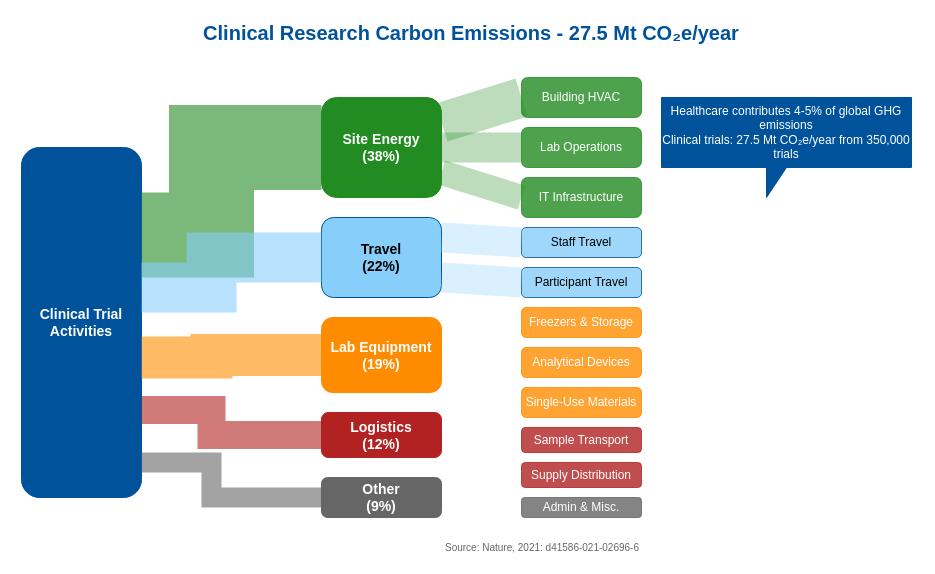
This is diagrams/research_emissions_sankey.drawio from Logic06183/Task_presentation, a draw.io file, before an edit. Source tidied: cells renumbered, new cells numbered last; positions are measured from the earlier drawing's top-left corner, leaving out a move shared by most shapes. Both pictures are drawn from the tidied source at 100%, with x=0, y=0 at pixel (21, 17).
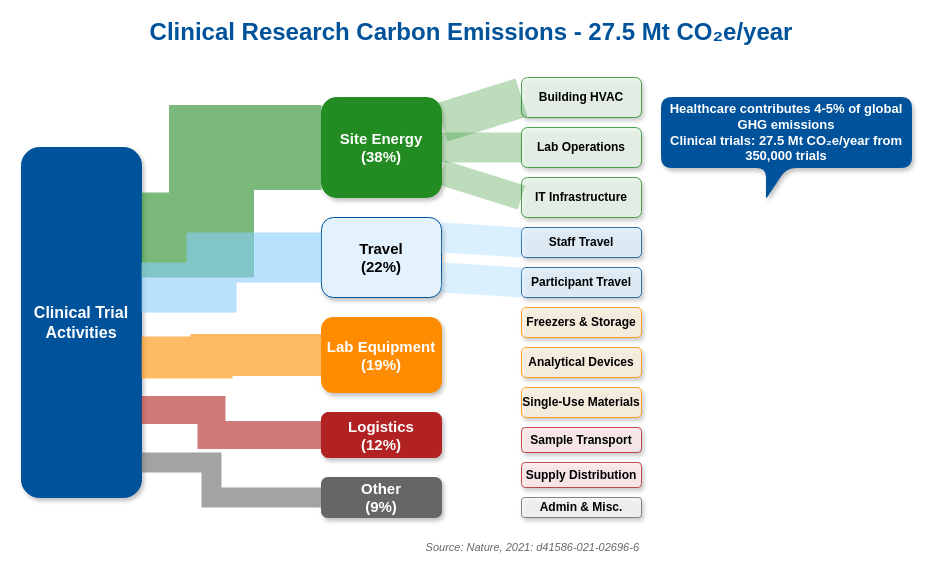
The same diagram, later.

What changed in the source:
```diff
@@
-    <mxCell id="2" value="&lt;font style=&quot;font-size: 20px;&quot;&gt;&lt;b&gt;Clinical Research Carbon Emissions - 27.5 Mt CO₂e/year&lt;/b&gt;&lt;/font&gt;" style="text;html=1;strokeColor=none;fillColor=none;align=center;verticalAlign=middle;whiteSpace=wrap;rounded=0;fontColor=#00539B;" parent="1" vertex="1">
+    <mxCell id="2" value="&lt;font style=&quot;font-size: 24px;&quot; face=&quot;Arial&quot;&gt;&lt;b&gt;Clinical Research Carbon Emissions - 27.5 Mt CO₂e/year&lt;/b&gt;&lt;/font&gt;" style="text;html=1;strokeColor=none;fillColor=none;align=center;verticalAlign=middle;whiteSpace=wrap;rounded=0;fontColor=#00539B;shadow=0;" parent="1" vertex="1">
       <mxGeometry x="120" width="660" height="30" as="geometry" />
     </mxCell>
-    <mxCell id="3" value="&lt;font style=&quot;font-size: 14px;&quot;&gt;&lt;b&gt;Clinical Trial&lt;br&gt;Activities&lt;/b&gt;&lt;/font&gt;" style="rounded=1;whiteSpace=wrap;html=1;fillColor=#00539B;strokeColor=#00539B;fontColor=#FFFFFF;" parent="1" vertex="1">
+    <mxCell id="3" value="&lt;font style=&quot;font-size: 16px;&quot; face=&quot;Arial&quot;&gt;&lt;b&gt;Clinical Trial&lt;br&gt;Activities&lt;/b&gt;&lt;/font&gt;" style="rounded=1;whiteSpace=wrap;html=1;fillColor=#00539B;strokeColor=#00539B;fontColor=#FFFFFF;shadow=1;glass=0;" parent="1" vertex="1">
       <mxGeometry y="130" width="120" height="350" as="geometry" />
     </mxCell>
-    <mxCell id="4" value="&lt;font style=&quot;font-size: 14px;&quot;&gt;&lt;b&gt;Site Energy&lt;br&gt;(38%)&lt;/b&gt;&lt;/font&gt;" style="rounded=1;whiteSpace=wrap;html=1;fillColor=#228B22;strokeColor=#228B22;fontColor=#FFFFFF;" parent="1" vertex="1">
+    <mxCell id="4" value="&lt;font style=&quot;font-size: 15px;&quot; face=&quot;Arial&quot;&gt;&lt;b&gt;Site Energy&lt;br&gt;(38%)&lt;/b&gt;&lt;/font&gt;" style="rounded=1;whiteSpace=wrap;html=1;fillColor=#228B22;strokeColor=#228B22;fontColor=#FFFFFF;shadow=1;" parent="1" vertex="1">
       <mxGeometry x="300" y="80" width="120" height="100" as="geometry" />
     </mxCell>
-    <mxCell id="5" value="&lt;font style=&quot;font-size: 14px;&quot;&gt;&lt;b&gt;Travel&lt;br&gt;(22%)&lt;/b&gt;&lt;/font&gt;" style="rounded=1;whiteSpace=wrap;html=1;fillColor=#87CEFA;strokeColor=#00539B;fontColor=#000000;" parent="1" vertex="1">
+    <mxCell id="5" value="&lt;font style=&quot;font-size: 15px;&quot; face=&quot;Arial&quot;&gt;&lt;b&gt;Travel&lt;br&gt;(22%)&lt;/b&gt;&lt;/font&gt;" style="rounded=1;whiteSpace=wrap;html=1;fillColor=#E3F2FD;strokeColor=#00539B;fontColor=#000000;shadow=1;" parent="1" vertex="1">
       <mxGeometry x="300" y="200" width="120" height="80" as="geometry" />
     </mxCell>
-    <mxCell id="6" value="&lt;font style=&quot;font-size: 14px;&quot;&gt;&lt;b&gt;Lab Equipment&lt;br&gt;(19%)&lt;/b&gt;&lt;/font&gt;" style="rounded=1;whiteSpace=wrap;html=1;fillColor=#FF8C00;strokeColor=#FF8C00;fontColor=#FFFFFF;" parent="1" vertex="1">
+    <mxCell id="6" value="&lt;font style=&quot;font-size: 15px;&quot; face=&quot;Arial&quot;&gt;&lt;b&gt;Lab Equipment&lt;br&gt;(19%)&lt;/b&gt;&lt;/font&gt;" style="rounded=1;whiteSpace=wrap;html=1;fillColor=#FF8C00;strokeColor=#FF8C00;fontColor=#FFFFFF;shadow=1;" parent="1" vertex="1">
       <mxGeometry x="300" y="300" width="120" height="75" as="geometry" />
     </mxCell>
-    <mxCell id="7" value="&lt;font style=&quot;font-size: 14px;&quot;&gt;&lt;b&gt;Logistics&lt;br&gt;(12%)&lt;/b&gt;&lt;/font&gt;" style="rounded=1;whiteSpace=wrap;html=1;fillColor=#B22222;strokeColor=#B22222;fontColor=#FFFFFF;" parent="1" vertex="1">
+    <mxCell id="7" value="&lt;font style=&quot;font-size: 15px;&quot; face=&quot;Arial&quot;&gt;&lt;b&gt;Logistics&lt;br&gt;(12%)&lt;/b&gt;&lt;/font&gt;" style="rounded=1;whiteSpace=wrap;html=1;fillColor=#B22222;strokeColor=#B22222;fontColor=#FFFFFF;shadow=1;" parent="1" vertex="1">
       <mxGeometry x="300" y="395" width="120" height="45" as="geometry" />
     </mxCell>
-    <mxCell id="8" value="&lt;font style=&quot;font-size: 14px;&quot;&gt;&lt;b&gt;Other&lt;br&gt;(9%)&lt;/b&gt;&lt;/font&gt;" style="rounded=1;whiteSpace=wrap;html=1;fillColor=#666666;strokeColor=#666666;fontColor=#FFFFFF;" parent="1" vertex="1">
+    <mxCell id="8" value="&lt;font style=&quot;font-size: 15px;&quot; face=&quot;Arial&quot;&gt;&lt;b&gt;Other&lt;br&gt;(9%)&lt;/b&gt;&lt;/font&gt;" style="rounded=1;whiteSpace=wrap;html=1;fillColor=#666666;strokeColor=#666666;fontColor=#FFFFFF;shadow=1;" parent="1" vertex="1">
       <mxGeometry x="300" y="460" width="120" height="40" as="geometry" />
     </mxCell>
@@
-    <mxCell id="14" value="&lt;font style=&quot;font-size: 12px;&quot;&gt;Building HVAC&lt;/font&gt;" style="rounded=1;whiteSpace=wrap;html=1;fillColor=#228B22;strokeColor=#228B22;fontColor=#FFFFFF;opacity=80;" parent="1" vertex="1">
+    <mxCell id="14" value="&lt;font style=&quot;font-size: 12px;&quot; face=&quot;Arial&quot;&gt;&lt;b&gt;Building HVAC&lt;/b&gt;&lt;/font&gt;" style="rounded=1;whiteSpace=wrap;html=1;fillColor=#E8F5E9;strokeColor=#228B22;fontColor=#000000;opacity=80;shadow=1;" parent="1" vertex="1">
       <mxGeometry x="500" y="60" width="120" height="40" as="geometry" />
     </mxCell>
-    <mxCell id="15" value="&lt;font style=&quot;font-size: 12px;&quot;&gt;Lab Operations&lt;/font&gt;" style="rounded=1;whiteSpace=wrap;html=1;fillColor=#228B22;strokeColor=#228B22;fontColor=#FFFFFF;opacity=80;" parent="1" vertex="1">
+    <mxCell id="15" value="&lt;font style=&quot;font-size: 12px;&quot; face=&quot;Arial&quot;&gt;&lt;b&gt;Lab Operations&lt;/b&gt;&lt;/font&gt;" style="rounded=1;whiteSpace=wrap;html=1;fillColor=#E8F5E9;strokeColor=#228B22;fontColor=#000000;opacity=80;shadow=1;" parent="1" vertex="1">
       <mxGeometry x="500" y="110" width="120" height="40" as="geometry" />
     </mxCell>
-    <mxCell id="16" value="&lt;font style=&quot;font-size: 12px;&quot;&gt;IT Infrastructure&lt;/font&gt;" style="rounded=1;whiteSpace=wrap;html=1;fillColor=#228B22;strokeColor=#228B22;fontColor=#FFFFFF;opacity=80;" parent="1" vertex="1">
+    <mxCell id="16" value="&lt;font style=&quot;font-size: 12px;&quot; face=&quot;Arial&quot;&gt;&lt;b&gt;IT Infrastructure&lt;/b&gt;&lt;/font&gt;" style="rounded=1;whiteSpace=wrap;html=1;fillColor=#E8F5E9;strokeColor=#228B22;fontColor=#000000;opacity=80;shadow=1;" parent="1" vertex="1">
       <mxGeometry x="500" y="160" width="120" height="40" as="geometry" />
     </mxCell>
-    <mxCell id="17" value="&lt;font style=&quot;font-size: 12px;&quot;&gt;Staff Travel&lt;/font&gt;" style="rounded=1;whiteSpace=wrap;html=1;fillColor=#87CEFA;strokeColor=#00539B;fontColor=#000000;opacity=80;" parent="1" vertex="1">
+    <mxCell id="17" value="&lt;font style=&quot;font-size: 12px;&quot; face=&quot;Arial&quot;&gt;&lt;b&gt;Staff Travel&lt;/b&gt;&lt;/font&gt;" style="rounded=1;whiteSpace=wrap;html=1;fillColor=#E3F2FD;strokeColor=#00539B;fontColor=#000000;opacity=80;shadow=1;" parent="1" vertex="1">
       <mxGeometry x="500" y="210" width="120" height="30" as="geometry" />
     </mxCell>
-    <mxCell id="18" value="&lt;font style=&quot;font-size: 12px;&quot;&gt;Participant Travel&lt;/font&gt;" style="rounded=1;whiteSpace=wrap;html=1;fillColor=#87CEFA;strokeColor=#00539B;fontColor=#000000;opacity=80;" parent="1" vertex="1">
+    <mxCell id="18" value="&lt;font style=&quot;font-size: 12px;&quot; face=&quot;Arial&quot;&gt;&lt;b&gt;Participant Travel&lt;/b&gt;&lt;/font&gt;" style="rounded=1;whiteSpace=wrap;html=1;fillColor=#E3F2FD;strokeColor=#00539B;fontColor=#000000;opacity=80;shadow=1;" parent="1" vertex="1">
       <mxGeometry x="500" y="250" width="120" height="30" as="geometry" />
     </mxCell>
-    <mxCell id="19" value="&lt;font style=&quot;font-size: 12px;&quot;&gt;Freezers &amp; Storage&lt;/font&gt;" style="rounded=1;whiteSpace=wrap;html=1;fillColor=#FF8C00;strokeColor=#FF8C00;fontColor=#FFFFFF;opacity=80;" parent="1" vertex="1">
+    <mxCell id="19" value="&lt;font style=&quot;font-size: 12px;&quot; face=&quot;Arial&quot;&gt;&lt;b&gt;Freezers &amp; Storage&lt;/b&gt;&lt;/font&gt;" style="rounded=1;whiteSpace=wrap;html=1;fillColor=#FFF3E0;strokeColor=#FF8C00;fontColor=#000000;opacity=80;shadow=1;" parent="1" vertex="1">
       <mxGeometry x="500" y="290" width="120" height="30" as="geometry" />
     </mxCell>
-    <mxCell id="20" value="&lt;font style=&quot;font-size: 12px;&quot;&gt;Analytical Devices&lt;/font&gt;" style="rounded=1;whiteSpace=wrap;html=1;fillColor=#FF8C00;strokeColor=#FF8C00;fontColor=#FFFFFF;opacity=80;" parent="1" vertex="1">
+    <mxCell id="20" value="&lt;font style=&quot;font-size: 12px;&quot; face=&quot;Arial&quot;&gt;&lt;b&gt;Analytical Devices&lt;/b&gt;&lt;/font&gt;" style="rounded=1;whiteSpace=wrap;html=1;fillColor=#FFF3E0;strokeColor=#FF8C00;fontColor=#000000;opacity=80;shadow=1;" parent="1" vertex="1">
       <mxGeometry x="500" y="330" width="120" height="30" as="geometry" />
     </mxCell>
-    <mxCell id="21" value="&lt;font style=&quot;font-size: 12px;&quot;&gt;Single-Use Materials&lt;/font&gt;" style="rounded=1;whiteSpace=wrap;html=1;fillColor=#FF8C00;strokeColor=#FF8C00;fontColor=#FFFFFF;opacity=80;" parent="1" vertex="1">
+    <mxCell id="21" value="&lt;font style=&quot;font-size: 12px;&quot; face=&quot;Arial&quot;&gt;&lt;b&gt;Single-Use Materials&lt;/b&gt;&lt;/font&gt;" style="rounded=1;whiteSpace=wrap;html=1;fillColor=#FFF3E0;strokeColor=#FF8C00;fontColor=#000000;opacity=80;shadow=1;" parent="1" vertex="1">
       <mxGeometry x="500" y="370" width="120" height="30" as="geometry" />
     </mxCell>
-    <mxCell id="22" value="&lt;font style=&quot;font-size: 12px;&quot;&gt;Sample Transport&lt;/font&gt;" style="rounded=1;whiteSpace=wrap;html=1;fillColor=#B22222;strokeColor=#B22222;fontColor=#FFFFFF;opacity=80;" parent="1" vertex="1">
+    <mxCell id="22" value="&lt;font style=&quot;font-size: 12px;&quot; face=&quot;Arial&quot;&gt;&lt;b&gt;Sample Transport&lt;/b&gt;&lt;/font&gt;" style="rounded=1;whiteSpace=wrap;html=1;fillColor=#FFEBEE;strokeColor=#B22222;fontColor=#000000;opacity=80;shadow=1;" parent="1" vertex="1">
       <mxGeometry x="500" y="410" width="120" height="25" as="geometry" />
     </mxCell>
-    <mxCell id="23" value="&lt;font style=&quot;font-size: 12px;&quot;&gt;Supply Distribution&lt;/font&gt;" style="rounded=1;whiteSpace=wrap;html=1;fillColor=#B22222;strokeColor=#B22222;fontColor=#FFFFFF;opacity=80;" parent="1" vertex="1">
+    <mxCell id="23" value="&lt;font style=&quot;font-size: 12px;&quot; face=&quot;Arial&quot;&gt;&lt;b&gt;Supply Distribution&lt;/b&gt;&lt;/font&gt;" style="rounded=1;whiteSpace=wrap;html=1;fillColor=#FFEBEE;strokeColor=#B22222;fontColor=#000000;opacity=80;shadow=1;" parent="1" vertex="1">
       <mxGeometry x="500" y="445" width="120" height="25" as="geometry" />
     </mxCell>
-    <mxCell id="24" value="&lt;font style=&quot;font-size: 12px;&quot;&gt;Admin &amp; Misc.&lt;/font&gt;" style="rounded=1;whiteSpace=wrap;html=1;fillColor=#666666;strokeColor=#666666;fontColor=#FFFFFF;opacity=80;" parent="1" vertex="1">
+    <mxCell id="24" value="&lt;font style=&quot;font-size: 12px;&quot; face=&quot;Arial&quot;&gt;&lt;b&gt;Admin &amp; Misc.&lt;/b&gt;&lt;/font&gt;" style="rounded=1;whiteSpace=wrap;html=1;fillColor=#F5F5F5;strokeColor=#666666;fontColor=#000000;opacity=80;shadow=1;" parent="1" vertex="1">
       <mxGeometry x="500" y="480" width="120" height="20" as="geometry" />
     </mxCell>
@@
-    <mxCell id="30" value="Source: Nature, 2021: d41586-021-02696-6" style="text;html=1;strokeColor=none;fillColor=none;align=right;verticalAlign=middle;whiteSpace=wrap;rounded=0;fontColor=#666666;fontSize=10;" parent="1" vertex="1">
+    <mxCell id="30" value="Source: Nature, 2021: d41586-021-02696-6" style="text;html=1;strokeColor=none;fillColor=none;align=right;verticalAlign=middle;whiteSpace=wrap;rounded=0;fontColor=#666666;fontSize=11;fontStyle=2;fontFamily=Arial;" parent="1" vertex="1">
       <mxGeometry x="370" y="520" width="250" height="20" as="geometry" />
     </mxCell>
-    <mxCell id="31" value="Healthcare contributes 4-5% of global GHG emissions&#10;Clinical trials: 27.5 Mt CO₂e/year from 350,000 trials" style="shape=callout;whiteSpace=wrap;html=1;perimeter=calloutPerimeter;position2=0.42;fillColor=#00539B;fontColor=#FFFFFF;strokeColor=#00539B;base=20;size=30;position=0.42;" parent="1" vertex="1">
+    <mxCell id="31" value="Healthcare contributes 4-5% of global GHG emissions&#10;Clinical trials: 27.5 Mt CO₂e/year from 350,000 trials" style="shape=callout;whiteSpace=wrap;html=1;perimeter=calloutPerimeter;position2=0.42;fillColor=#00539B;fontColor=#FFFFFF;strokeColor=#00539B;base=20;size=30;position=0.42;fontFamily=Arial;fontStyle=1;fontSize=13;rounded=1;shadow=1;" parent="1" vertex="1">
       <mxGeometry x="640" y="80" width="250" height="100" as="geometry" />
     </mxCell>
```
